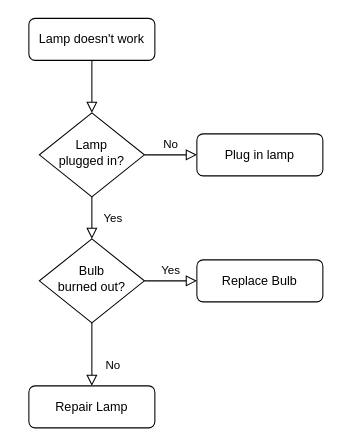
benski08/HellsKitchen keeps this draw.io diagram as .idea/Hell's Kitchen.drawio. Above is the earlier version. Source tidied: cells renumbered, new cells numbered last; positions are measured from the earlier drawing's top-left corner, leaving out a move shared by most shapes. Both pictures are drawn from the tidied source at 105%, with x=0, y=0 at pixel (28, 18).
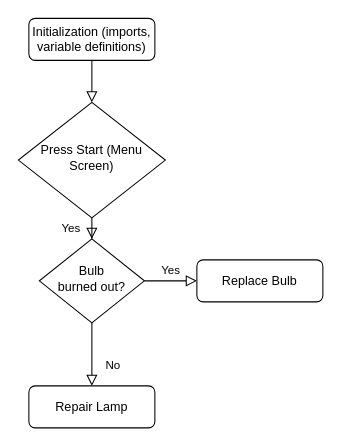
Above is the later version.

Commit message (it also covers changes not shown here):
Mettre à jour Hell's Kitchen.drawio

Diff of the diagram source:
```diff
@@
 <mxGraphModel>
   <root>
     <mxCell id="0" />
     <mxCell id="1" parent="0" />
     <mxCell id="2" style="rounded=0;html=1;jettySize=auto;fontSize=11;endArrow=block;endFill=0;endSize=8;strokeWidth=1;shadow=0;labelBackgroundColor=none;edgeStyle=orthogonalEdgeStyle;" parent="1" edge="1" source="3" target="6">
       <mxGeometry relative="1" as="geometry" />
     </mxCell>
-    <mxCell id="3" value="Lamp doesn't work" style="rounded=1;whiteSpace=wrap;html=1;fontSize=12;glass=0;strokeWidth=1;shadow=0;" parent="1" vertex="1">
+    <mxCell id="3" value="Initialization (imports, variable definitions)" style="rounded=1;whiteSpace=wrap;html=1;fontSize=12;glass=0;strokeWidth=1;shadow=0;" parent="1" vertex="1">
       <mxGeometry width="120" height="40" as="geometry" />
     </mxCell>
     <mxCell id="4" value="Yes" style="rounded=0;html=1;jettySize=auto;fontSize=11;endArrow=block;endFill=0;endSize=8;strokeWidth=1;shadow=0;labelBackgroundColor=none;edgeStyle=orthogonalEdgeStyle;" parent="1" edge="1" source="6" target="10">
       <mxGeometry y="20" relative="1" as="geometry" />
     </mxCell>
-    <mxCell id="5" value="No" style="edgeStyle=orthogonalEdgeStyle;rounded=0;html=1;jettySize=auto;fontSize=11;endArrow=block;endFill=0;endSize=8;strokeWidth=1;shadow=0;labelBackgroundColor=none;" parent="1" edge="1" source="6" target="7">
-      <mxGeometry y="10" relative="1" as="geometry" />
-    </mxCell>
-    <mxCell id="6" value="Lamp&lt;br&gt;plugged in?" style="rhombus;whiteSpace=wrap;html=1;shadow=0;fontFamily=Helvetica;fontSize=12;align=center;strokeWidth=1;spacing=6;spacingTop=-4;" parent="1" vertex="1">
-      <mxGeometry x="10" y="90" width="100" height="80" as="geometry" />
+    <mxCell id="6" value="Press Start (Menu Screen)" style="rhombus;whiteSpace=wrap;html=1;shadow=0;fontFamily=Helvetica;fontSize=12;align=center;strokeWidth=1;spacing=6;spacingTop=-4;" parent="1" vertex="1">
+      <mxGeometry x="-10" y="80" width="140" height="110" as="geometry" />
     </mxCell>
-    <mxCell id="7" value="Plug in lamp" style="rounded=1;whiteSpace=wrap;html=1;fontSize=12;glass=0;strokeWidth=1;shadow=0;" parent="1" vertex="1">
-      <mxGeometry x="160" y="110" width="120" height="40" as="geometry" />
-    </mxCell>
     <mxCell id="8" value="No" style="rounded=0;html=1;jettySize=auto;fontSize=11;endArrow=block;endFill=0;endSize=8;strokeWidth=1;shadow=0;labelBackgroundColor=none;edgeStyle=orthogonalEdgeStyle;" parent="1" edge="1" source="10" target="11">
       <mxGeometry x="0.33" y="20" relative="1" as="geometry" />
     </mxCell>
     <mxCell id="9" value="Yes" style="edgeStyle=orthogonalEdgeStyle;rounded=0;html=1;jettySize=auto;fontSize=11;endArrow=block;endFill=0;endSize=8;strokeWidth=1;shadow=0;labelBackgroundColor=none;" parent="1" edge="1" source="10" target="12">
       <mxGeometry y="10" relative="1" as="geometry" />
     </mxCell>
     <mxCell id="10" value="Bulb&lt;br&gt;burned out?" style="rhombus;whiteSpace=wrap;html=1;shadow=0;fontFamily=Helvetica;fontSize=12;align=center;strokeWidth=1;spacing=6;spacingTop=-4;" parent="1" vertex="1">
       <mxGeometry x="10" y="210" width="100" height="80" as="geometry" />
     </mxCell>
     <mxCell id="11" value="Repair Lamp" style="rounded=1;whiteSpace=wrap;html=1;fontSize=12;glass=0;strokeWidth=1;shadow=0;" parent="1" vertex="1">
       <mxGeometry y="350" width="120" height="40" as="geometry" />
     </mxCell>
     <mxCell id="12" value="Replace Bulb" style="rounded=1;whiteSpace=wrap;html=1;fontSize=12;glass=0;strokeWidth=1;shadow=0;" parent="1" vertex="1">
       <mxGeometry x="160" y="230" width="120" height="40" as="geometry" />
     </mxCell>
   </root>
 </mxGraphModel>
```
